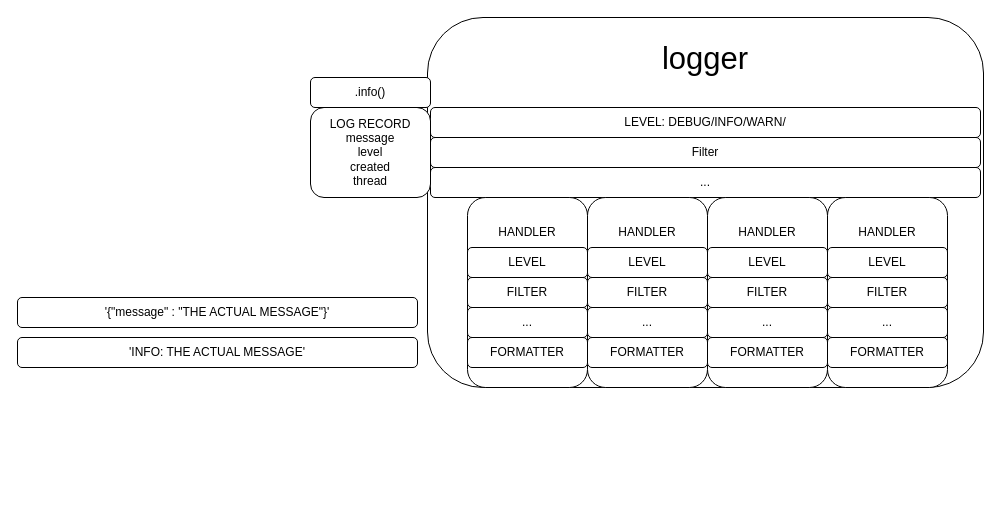
This is logger.drawio from lovezyz/draw, a draw.io file, before an edit. Source tidied: cells renumbered, new cells numbered last; positions are measured from the earlier drawing's top-left corner, leaving out a move shared by most shapes. Both pictures are drawn from the tidied source at 100%, with x=0, y=0 at pixel (17, 17).
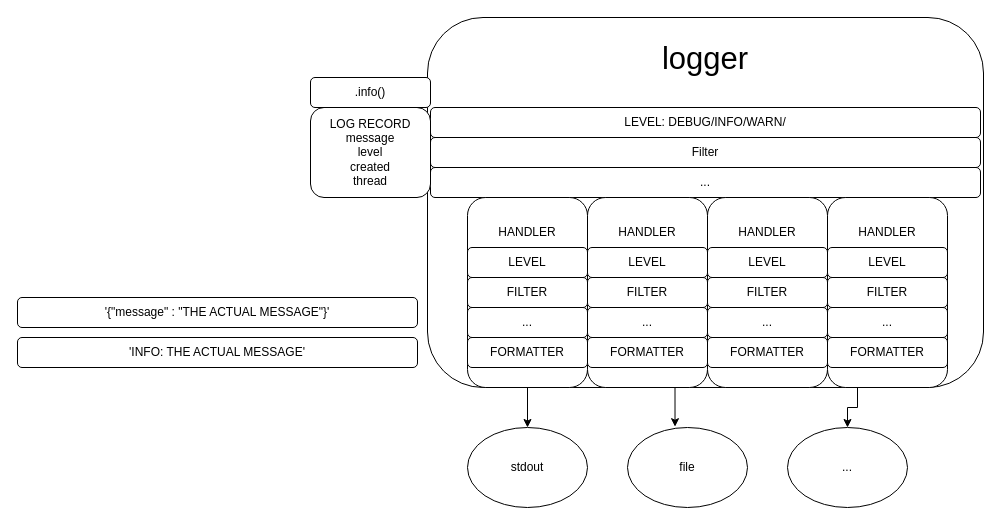
The same diagram, later.

Unchanged cells that the change refers to:
```xml
<mxCell id="6" style="rounded=1;whiteSpace=wrap;html=1;" parent="1" vertex="1">
  <mxGeometry x="450" y="180" width="120" height="190" as="geometry" />
</mxCell>
<mxCell id="7" style="rounded=1;whiteSpace=wrap;html=1;" parent="1" vertex="1">
  <mxGeometry x="570" y="180" width="120" height="190" as="geometry" />
</mxCell>
<mxCell id="9" style="rounded=1;whiteSpace=wrap;html=1;" parent="1" vertex="1">
  <mxGeometry x="810" y="180" width="120" height="190" as="geometry" />
</mxCell>
```

Change to the diagram source:
```diff
@@
+    <mxCell id="35" style="edgeStyle=orthogonalEdgeStyle;rounded=0;jettySize=auto;html=1;exitX=0.5;exitY=1;exitDx=0;exitDy=0;entryX=0.5;entryY=0;entryDx=0;entryDy=0;" parent="1" edge="1" source="6" target="37">
+      <mxGeometry relative="1" as="geometry" />
+    </mxCell>
@@
+    <mxCell id="36" style="edgeStyle=orthogonalEdgeStyle;rounded=0;jettySize=auto;html=1;exitX=0.25;exitY=1;exitDx=0;exitDy=0;entryX=0.5;entryY=0;entryDx=0;entryDy=0;" parent="1" edge="1" source="9" target="39">
+      <mxGeometry relative="1" as="geometry" />
+    </mxCell>
@@
+    <mxCell id="37" value="stdout" style="ellipse;whiteSpace=wrap;html=1;" parent="1" vertex="1">
+      <mxGeometry x="450" y="410" width="120" height="80" as="geometry" />
+    </mxCell>
+    <mxCell id="38" value="file" style="ellipse;whiteSpace=wrap;html=1;" parent="1" vertex="1">
+      <mxGeometry x="610" y="410" width="120" height="80" as="geometry" />
+    </mxCell>
+    <mxCell id="39" value="..." style="ellipse;whiteSpace=wrap;html=1;" parent="1" vertex="1">
+      <mxGeometry x="770" y="410" width="120" height="80" as="geometry" />
+    </mxCell>
+    <mxCell id="40" style="edgeStyle=orthogonalEdgeStyle;rounded=0;jettySize=auto;html=1;exitX=0.75;exitY=1;exitDx=0;exitDy=0;entryX=0.396;entryY=-0.01;entryDx=0;entryDy=0;entryPerimeter=0;" parent="1" edge="1" source="7" target="38">
+      <mxGeometry relative="1" as="geometry" />
+    </mxCell>
```
